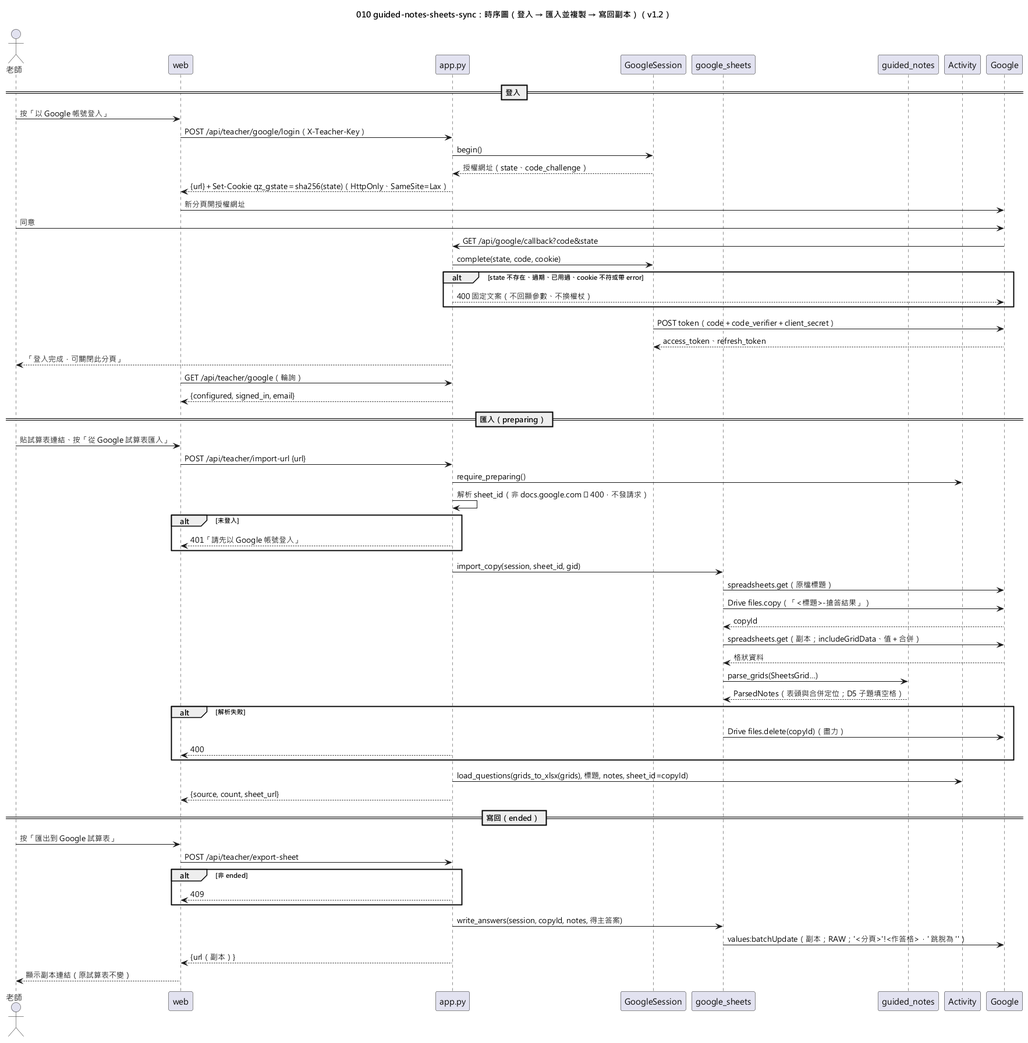
yue083139/software_fin-speckit keeps this PlantUML diagram as diagrams/010-guided-notes-sheets-sync-sequence.png. Above is the earlier version.
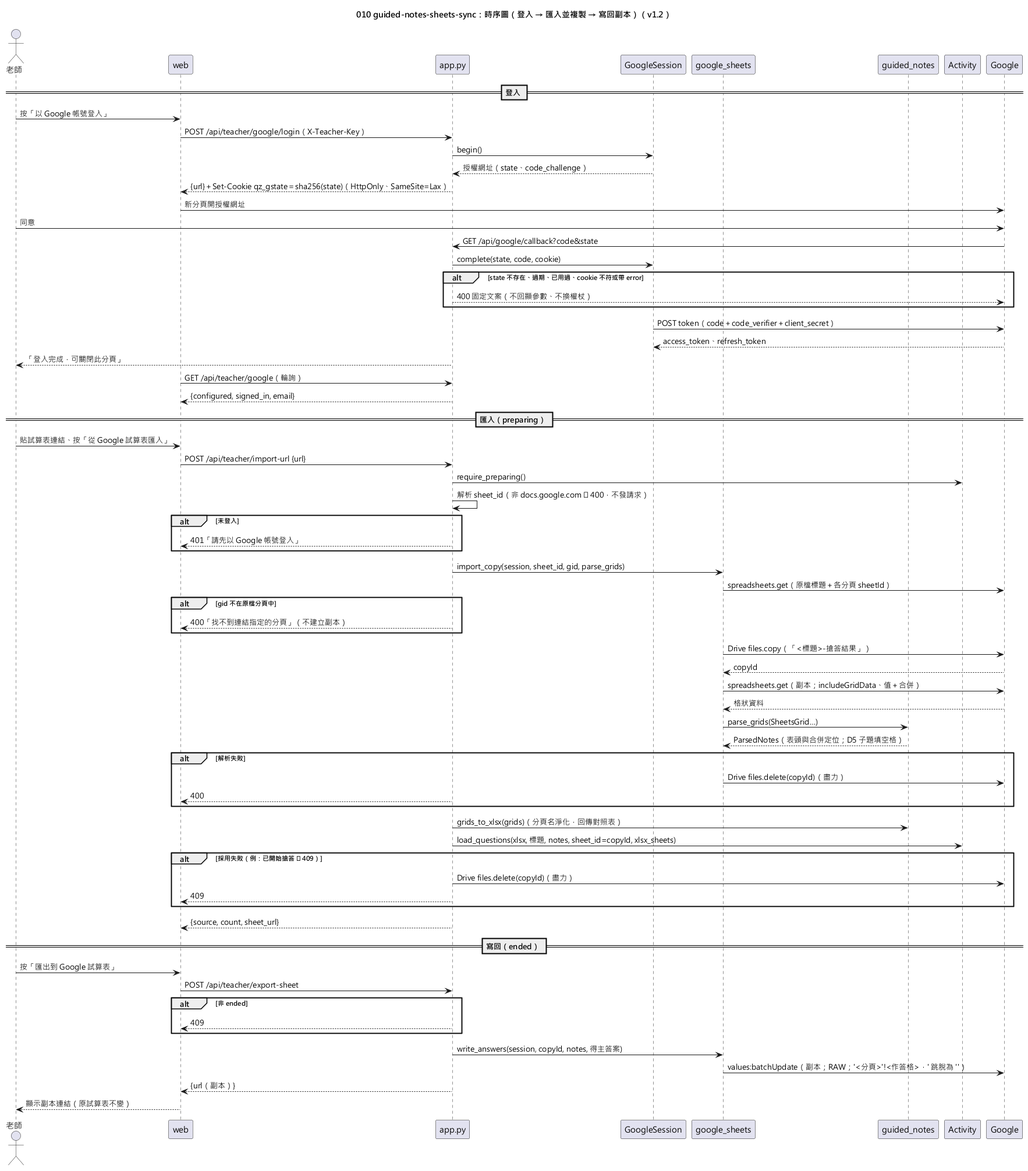
Later version of the same file.

What changed in the source:
```diff
@@ -38,8 +38,11 @@
 alt 未登入
   App --> W : 401「請先以 Google 帳號登入」
 end
-App -> GS : import_copy(session, sheet_id, gid)
-GS -> G : spreadsheets.get（原檔標題）
+App -> GS : import_copy(session, sheet_id, gid, parse_grids)
+GS -> G : spreadsheets.get（原檔標題＋各分頁 sheetId）
+alt gid 不在原檔分頁中
+  App --> W : 400「找不到連結指定的分頁」（不建立副本）
+end
 GS -> G : Drive files.copy（「<標題>-搶答結果」）
 G --> GS : copyId
 GS -> G : spreadsheets.get（副本；includeGridData、值＋合併）
@@ -50,7 +53,12 @@
   GS -> G : Drive files.delete(copyId)（盡力）
   App --> W : 400
 end
-App -> Act : load_questions(grids_to_xlsx(grids), 標題, notes, sheet_id=copyId)
+App -> GN : grids_to_xlsx(grids)（分頁名淨化，回傳對照表）
+App -> Act : load_questions(xlsx, 標題, notes, sheet_id=copyId, xlsx_sheets)
+alt 採用失敗（例：已開始搶答 ⇒ 409）
+  App -> G : Drive files.delete(copyId)（盡力）
+  App --> W : 409
+end
 App --> W : {source, count, sheet_url}
 
 == 寫回（ended） ==
```
